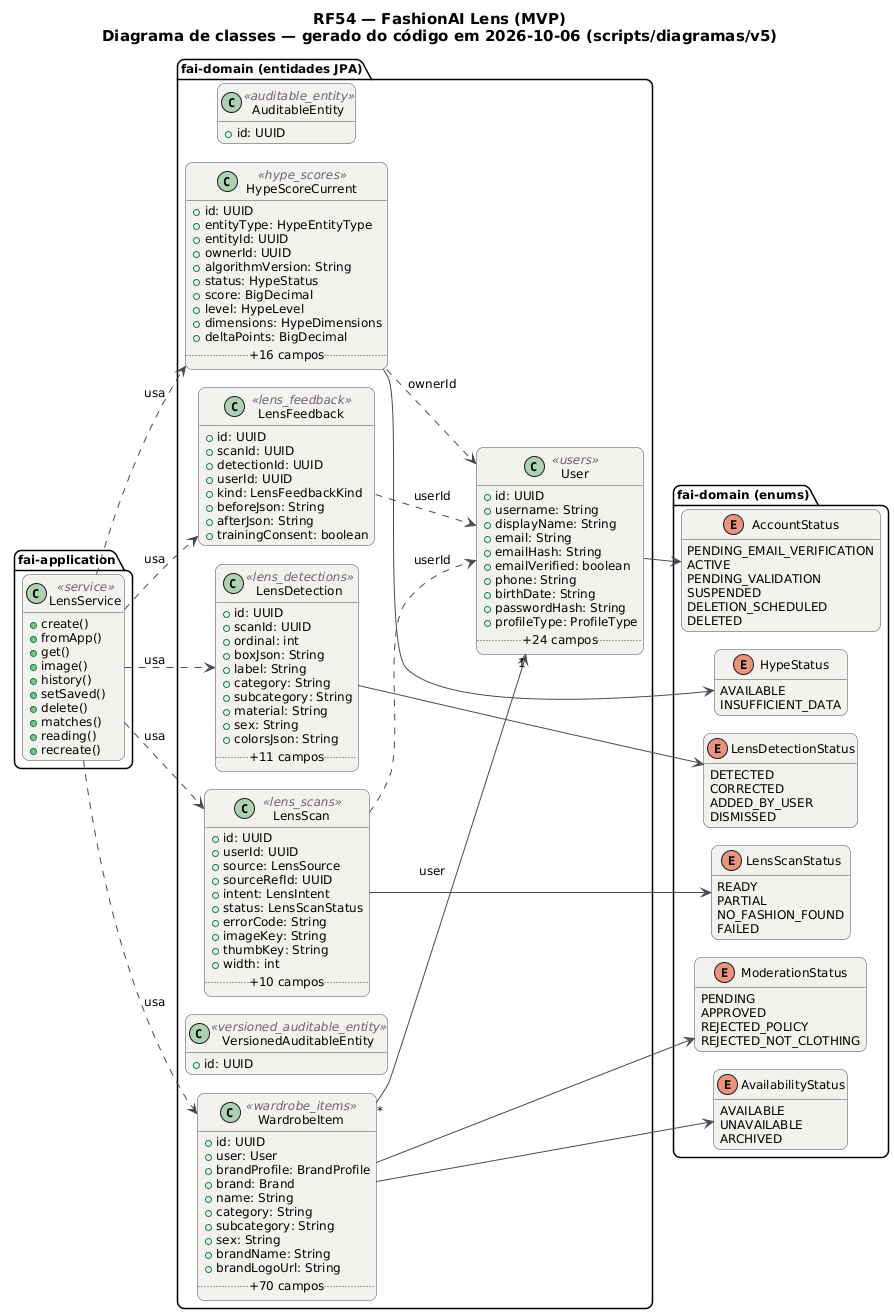
Above: docs/diagramas/RF54/RF54_Classes.png in MatheusHaliski/tcc-2026-fashion-ai-backend (PlantUML), before the change. Source of this version:
```plantuml
@startuml RF54_Classes
!pragma layout smetana
skinparam backgroundColor #FFFFFF
skinparam shadowing false
skinparam defaultFontName "DejaVu Sans"
skinparam defaultFontSize 12
skinparam titleFontSize 15
skinparam roundcorner 14
skinparam ArrowColor #52606D
skinparam note {
  BackgroundColor #FFFDEB
  BorderColor #D8CE78
  FontColor #554F24
}
skinparam class {
  BackgroundColor #F4F2EF
  BorderColor #4A4852
  ArrowColor #4A4852
  StereotypeFontColor #6B6470
}
hide empty members
left to right direction
title RF54 — FashionAI Lens (MVP)\nDiagrama de classes — gerado do código em 2026-10-06 (scripts/diagramas/v5)

package "fai-domain (entidades JPA)" {
  class AuditableEntity <<auditable_entity>> {
    +id: UUID
  }
  class HypeScoreCurrent <<hype_scores>> {
    +id: UUID
    +entityType: HypeEntityType
    +entityId: UUID
    +ownerId: UUID
    +algorithmVersion: String
    +status: HypeStatus
    +score: BigDecimal
    +level: HypeLevel
    +dimensions: HypeDimensions
    +deltaPoints: BigDecimal
    .. +16 campos ..
  }
  class LensDetection <<lens_detections>> {
    +id: UUID
    +scanId: UUID
    +ordinal: int
    +boxJson: String
    +label: String
    +category: String
    +subcategory: String
    +material: String
    +sex: String
    +colorsJson: String
    .. +11 campos ..
  }
  class LensFeedback <<lens_feedback>> {
    +id: UUID
    +scanId: UUID
    +detectionId: UUID
    +userId: UUID
    +kind: LensFeedbackKind
    +beforeJson: String
    +afterJson: String
    +trainingConsent: boolean
  }
  class LensScan <<lens_scans>> {
    +id: UUID
    +userId: UUID
    +source: LensSource
    +sourceRefId: UUID
    +intent: LensIntent
    +status: LensScanStatus
    +errorCode: String
    +imageKey: String
    +thumbKey: String
    +width: int
    .. +10 campos ..
  }
  class User <<users>> {
    +id: UUID
    +username: String
    +displayName: String
    +email: String
    +emailHash: String
    +emailVerified: boolean
    +phone: String
    +birthDate: String
    +passwordHash: String
    +profileType: ProfileType
    .. +24 campos ..
  }
  class VersionedAuditableEntity <<versioned_auditable_entity>> {
    +id: UUID
  }
  class WardrobeItem <<wardrobe_items>> {
    +id: UUID
    +user: User
    +brandProfile: BrandProfile
    +brand: Brand
    +name: String
    +category: String
    +subcategory: String
    +sex: String
    +brandName: String
    +brandLogoUrl: String
    .. +70 campos ..
  }
}
package "fai-domain (enums)" {
  enum HypeStatus {
    AVAILABLE
    INSUFFICIENT_DATA
  }
  enum LensDetectionStatus {
    DETECTED
    CORRECTED
    ADDED_BY_USER
    DISMISSED
  }
  enum LensScanStatus {
    READY
    PARTIAL
    NO_FASHION_FOUND
    FAILED
  }
  enum AccountStatus {
    PENDING_EMAIL_VERIFICATION
    ACTIVE
    PENDING_VALIDATION
    SUSPENDED
    DELETION_SCHEDULED
    DELETED
  }
  enum AvailabilityStatus {
    AVAILABLE
    UNAVAILABLE
    ARCHIVED
  }
  enum ModerationStatus {
    PENDING
    APPROVED
    REJECTED_POLICY
    REJECTED_NOT_CLOTHING
  }
}
package "fai-application" {
  class LensService <<service>> {
    +create()
    +fromApp()
    +get()
    +image()
    +history()
    +setSaved()
    +delete()
    +matches()
    +reading()
    +recreate()
  }
}
LensService ..> HypeScoreCurrent : usa
LensService ..> LensDetection : usa
LensService ..> LensFeedback : usa
LensService ..> LensScan : usa
LensService ..> WardrobeItem : usa
HypeScoreCurrent --> HypeStatus
HypeScoreCurrent ..> User : ownerId
LensDetection --> LensDetectionStatus
LensFeedback ..> User : userId
LensScan --> LensScanStatus
LensScan ..> User : userId
User --> AccountStatus
WardrobeItem "*" --> "1" User : user
WardrobeItem --> AvailabilityStatus
WardrobeItem --> ModerationStatus
@enduml
```
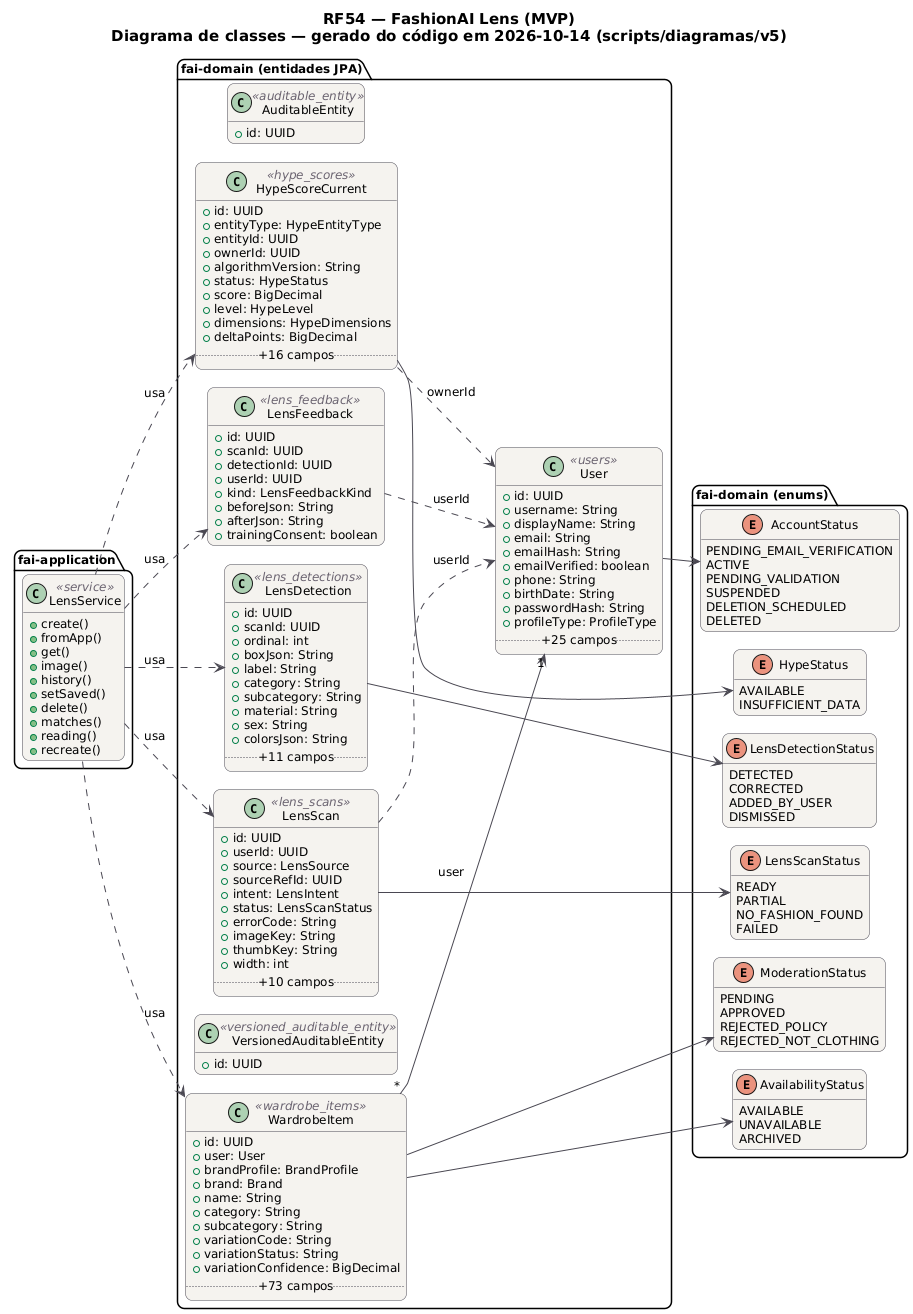
The same diagram one commit later.

The edit, as a diff of the source:
```diff
@@ -20,7 +20,7 @@
 }
 hide empty members
 left to right direction
-title RF54 — FashionAI Lens (MVP)\nDiagrama de classes — gerado do código em 2026-10-06 (scripts/diagramas/v5)
+title RF54 — FashionAI Lens (MVP)\nDiagrama de classes — gerado do código em 2026-10-14 (scripts/diagramas/v5)
 
 package "fai-domain (entidades JPA)" {
   class AuditableEntity <<auditable_entity>> {
@@ -86,7 +86,7 @@
     +birthDate: String
     +passwordHash: String
     +profileType: ProfileType
-    .. +24 campos ..
+    .. +25 campos ..
   }
   class VersionedAuditableEntity <<versioned_auditable_entity>> {
     +id: UUID
@@ -99,10 +99,10 @@
     +name: String
     +category: String
     +subcategory: String
-    +sex: String
-    +brandName: String
-    +brandLogoUrl: String
-    .. +70 campos ..
+    +variationCode: String
+    +variationStatus: String
+    +variationConfidence: BigDecimal
+    .. +73 campos ..
   }
 }
 package "fai-domain (enums)" {
```
